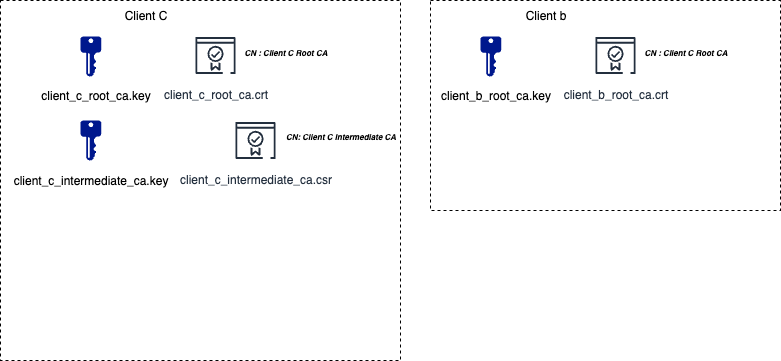
Above: assets/security/step3.png in le-moment-it/wiki (draw.io), before the change. Source tidied: cells renumbered, new cells last; positions are measured from the earlier drawing's top-left corner, leaving out a move shared by most shapes. The source it was exported from:
```xml
<mxGraphModel>
  <root>
    <mxCell id="0" />
    <mxCell id="1" parent="0" />
    <mxCell id="2" style="rounded=0;whiteSpace=wrap;html=1;strokeColor=default;fillColor=none;dashed=1;" parent="1" vertex="1">
      <mxGeometry width="400" height="360" as="geometry" />
    </mxCell>
    <mxCell id="3" value="Client C" style="text;html=1;align=center;verticalAlign=middle;strokeColor=none;fillColor=none;" parent="1" vertex="1">
      <mxGeometry x="110" width="70" height="30" as="geometry" />
    </mxCell>
    <mxCell id="4" style="sketch=0;shadow=0;dashed=0;html=1;strokeColor=none;labelPosition=center;verticalLabelPosition=bottom;verticalAlign=top;align=center;fillColor=#00188D;shape=mxgraph.mscae.enterprise.key_permissions;" parent="1" vertex="1">
      <mxGeometry x="80" y="36" width="20.8" height="40" as="geometry" />
    </mxCell>
    <mxCell id="5" value="client_c_root_ca.key" style="text;html=1;align=center;verticalAlign=middle;strokeColor=none;fillColor=none;" parent="1" vertex="1">
      <mxGeometry x="30" y="80" width="130" height="30" as="geometry" />
    </mxCell>
    <mxCell id="6" value="client_c_root_ca.crt" style="sketch=0;fontColor=#232F3E;gradientColor=none;strokeColor=#232F3E;fillColor=#ffffff;dashed=0;verticalLabelPosition=bottom;verticalAlign=top;align=center;html=1;fontSize=12;fontStyle=0;shape=mxgraph.aws4.resourceIcon;resIcon=mxgraph.aws4.certificate_manager_2;" parent="1" vertex="1">
      <mxGeometry x="190" y="30" width="50" height="50" as="geometry" />
    </mxCell>
    <mxCell id="7" value="&lt;font style=&quot;font-size: 8px;&quot;&gt;&lt;i&gt;&lt;b&gt;CN : Client C Root CA&lt;/b&gt;&lt;/i&gt;&lt;/font&gt;" style="text;html=1;align=center;verticalAlign=middle;strokeColor=none;fillColor=none;" parent="1" vertex="1">
      <mxGeometry x="230" y="36" width="110" height="30" as="geometry" />
    </mxCell>
    <mxCell id="8" style="rounded=0;whiteSpace=wrap;html=1;strokeColor=default;fillColor=none;dashed=1;" parent="1" vertex="1">
      <mxGeometry x="430" width="350" height="210" as="geometry" />
    </mxCell>
    <mxCell id="9" value="Client b" style="text;html=1;align=center;verticalAlign=middle;strokeColor=none;fillColor=none;" parent="1" vertex="1">
      <mxGeometry x="515" width="60" height="30" as="geometry" />
    </mxCell>
    <mxCell id="10" style="sketch=0;shadow=0;dashed=0;html=1;strokeColor=none;labelPosition=center;verticalLabelPosition=bottom;verticalAlign=top;align=center;fillColor=#00188D;shape=mxgraph.mscae.enterprise.key_permissions;" parent="1" vertex="1">
      <mxGeometry x="480" y="36" width="20.8" height="40" as="geometry" />
    </mxCell>
    <mxCell id="11" value="client_b_root_ca.key" style="text;html=1;align=center;verticalAlign=middle;strokeColor=none;fillColor=none;" parent="1" vertex="1">
      <mxGeometry x="430" y="80" width="130" height="30" as="geometry" />
    </mxCell>
    <mxCell id="12" value="client_b_root_ca.crt" style="sketch=0;fontColor=#232F3E;gradientColor=none;strokeColor=#232F3E;fillColor=#ffffff;dashed=0;verticalLabelPosition=bottom;verticalAlign=top;align=center;html=1;fontSize=12;fontStyle=0;shape=mxgraph.aws4.resourceIcon;resIcon=mxgraph.aws4.certificate_manager_2;" parent="1" vertex="1">
      <mxGeometry x="590" y="30" width="50" height="50" as="geometry" />
    </mxCell>
    <mxCell id="13" value="&lt;font style=&quot;font-size: 8px;&quot;&gt;&lt;i&gt;&lt;b&gt;CN : Client C Root CA&lt;/b&gt;&lt;/i&gt;&lt;/font&gt;" style="text;html=1;align=center;verticalAlign=middle;strokeColor=none;fillColor=none;" parent="1" vertex="1">
      <mxGeometry x="630" y="36" width="110" height="30" as="geometry" />
    </mxCell>
    <mxCell id="14" style="sketch=0;shadow=0;dashed=0;html=1;strokeColor=none;labelPosition=center;verticalLabelPosition=bottom;verticalAlign=top;align=center;fillColor=#00188D;shape=mxgraph.mscae.enterprise.key_permissions;" parent="1" vertex="1">
      <mxGeometry x="80" y="120" width="20.8" height="40" as="geometry" />
    </mxCell>
    <mxCell id="15" value="client_c_intermediate_ca.key" style="text;html=1;align=center;verticalAlign=middle;strokeColor=none;fillColor=none;" parent="1" vertex="1">
      <mxGeometry x="0.4" y="165" width="180" height="30" as="geometry" />
    </mxCell>
    <mxCell id="16" value="client_c_intermediate_ca.csr" style="sketch=0;fontColor=#232F3E;gradientColor=none;strokeColor=#232F3E;fillColor=#ffffff;dashed=0;verticalLabelPosition=bottom;verticalAlign=top;align=center;html=1;fontSize=12;fontStyle=0;shape=mxgraph.aws4.resourceIcon;resIcon=mxgraph.aws4.certificate_manager_2;" parent="1" vertex="1">
      <mxGeometry x="230" y="115" width="50" height="50" as="geometry" />
    </mxCell>
    <mxCell id="17" value="&lt;span style=&quot;font-size: 8px;&quot;&gt;&lt;b&gt;&lt;i&gt;CN: Client C Intermediate CA&lt;/i&gt;&lt;/b&gt;&lt;/span&gt;" style="text;html=1;align=center;verticalAlign=middle;strokeColor=none;fillColor=none;" parent="1" vertex="1">
      <mxGeometry x="275" y="120" width="130" height="30" as="geometry" />
    </mxCell>
  </root>
</mxGraphModel>
```
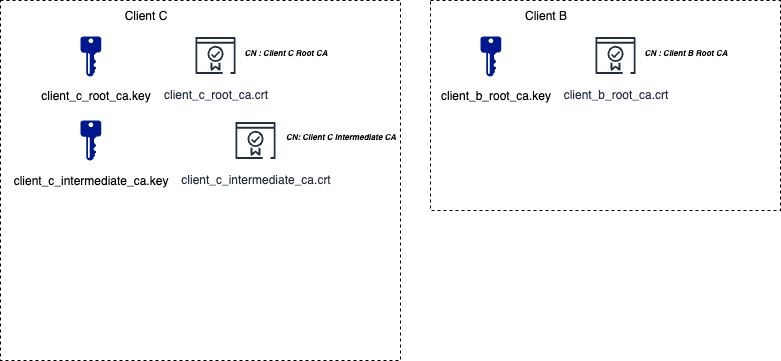
After the commit.

What changed in the source:
```diff
@@ -23,8 +23,8 @@
     <mxCell id="8" style="rounded=0;whiteSpace=wrap;html=1;strokeColor=default;fillColor=none;dashed=1;" parent="1" vertex="1">
       <mxGeometry x="430" width="350" height="210" as="geometry" />
     </mxCell>
-    <mxCell id="9" value="Client b" style="text;html=1;align=center;verticalAlign=middle;strokeColor=none;fillColor=none;" parent="1" vertex="1">
-      <mxGeometry x="515" width="60" height="30" as="geometry" />
+    <mxCell id="9" value="Client B" style="text;html=1;align=center;verticalAlign=middle;strokeColor=none;fillColor=none;" parent="1" vertex="1">
+      <mxGeometry x="510" width="70" height="30" as="geometry" />
     </mxCell>
     <mxCell id="10" style="sketch=0;shadow=0;dashed=0;html=1;strokeColor=none;labelPosition=center;verticalLabelPosition=bottom;verticalAlign=top;align=center;fillColor=#00188D;shape=mxgraph.mscae.enterprise.key_permissions;" parent="1" vertex="1">
       <mxGeometry x="480" y="36" width="20.8" height="40" as="geometry" />
@@ -35,7 +35,7 @@
     <mxCell id="12" value="client_b_root_ca.crt" style="sketch=0;fontColor=#232F3E;gradientColor=none;strokeColor=#232F3E;fillColor=#ffffff;dashed=0;verticalLabelPosition=bottom;verticalAlign=top;align=center;html=1;fontSize=12;fontStyle=0;shape=mxgraph.aws4.resourceIcon;resIcon=mxgraph.aws4.certificate_manager_2;" parent="1" vertex="1">
       <mxGeometry x="590" y="30" width="50" height="50" as="geometry" />
     </mxCell>
-    <mxCell id="13" value="&lt;font style=&quot;font-size: 8px;&quot;&gt;&lt;i&gt;&lt;b&gt;CN : Client C Root CA&lt;/b&gt;&lt;/i&gt;&lt;/font&gt;" style="text;html=1;align=center;verticalAlign=middle;strokeColor=none;fillColor=none;" parent="1" vertex="1">
+    <mxCell id="13" value="&lt;font style=&quot;font-size: 8px;&quot;&gt;&lt;i&gt;&lt;b&gt;CN : Client B Root CA&lt;/b&gt;&lt;/i&gt;&lt;/font&gt;" style="text;html=1;align=center;verticalAlign=middle;strokeColor=none;fillColor=none;" parent="1" vertex="1">
       <mxGeometry x="630" y="36" width="110" height="30" as="geometry" />
     </mxCell>
     <mxCell id="14" style="sketch=0;shadow=0;dashed=0;html=1;strokeColor=none;labelPosition=center;verticalLabelPosition=bottom;verticalAlign=top;align=center;fillColor=#00188D;shape=mxgraph.mscae.enterprise.key_permissions;" parent="1" vertex="1">
@@ -44,7 +44,7 @@
     <mxCell id="15" value="client_c_intermediate_ca.key" style="text;html=1;align=center;verticalAlign=middle;strokeColor=none;fillColor=none;" parent="1" vertex="1">
       <mxGeometry x="0.4" y="165" width="180" height="30" as="geometry" />
     </mxCell>
-    <mxCell id="16" value="client_c_intermediate_ca.csr" style="sketch=0;fontColor=#232F3E;gradientColor=none;strokeColor=#232F3E;fillColor=#ffffff;dashed=0;verticalLabelPosition=bottom;verticalAlign=top;align=center;html=1;fontSize=12;fontStyle=0;shape=mxgraph.aws4.resourceIcon;resIcon=mxgraph.aws4.certificate_manager_2;" parent="1" vertex="1">
+    <mxCell id="16" value="client_c_intermediate_ca.crt" style="sketch=0;fontColor=#232F3E;gradientColor=none;strokeColor=#232F3E;fillColor=#ffffff;dashed=0;verticalLabelPosition=bottom;verticalAlign=top;align=center;html=1;fontSize=12;fontStyle=0;shape=mxgraph.aws4.resourceIcon;resIcon=mxgraph.aws4.certificate_manager_2;" parent="1" vertex="1">
       <mxGeometry x="230" y="115" width="50" height="50" as="geometry" />
     </mxCell>
     <mxCell id="17" value="&lt;span style=&quot;font-size: 8px;&quot;&gt;&lt;b&gt;&lt;i&gt;CN: Client C Intermediate CA&lt;/i&gt;&lt;/b&gt;&lt;/span&gt;" style="text;html=1;align=center;verticalAlign=middle;strokeColor=none;fillColor=none;" parent="1" vertex="1">
```
